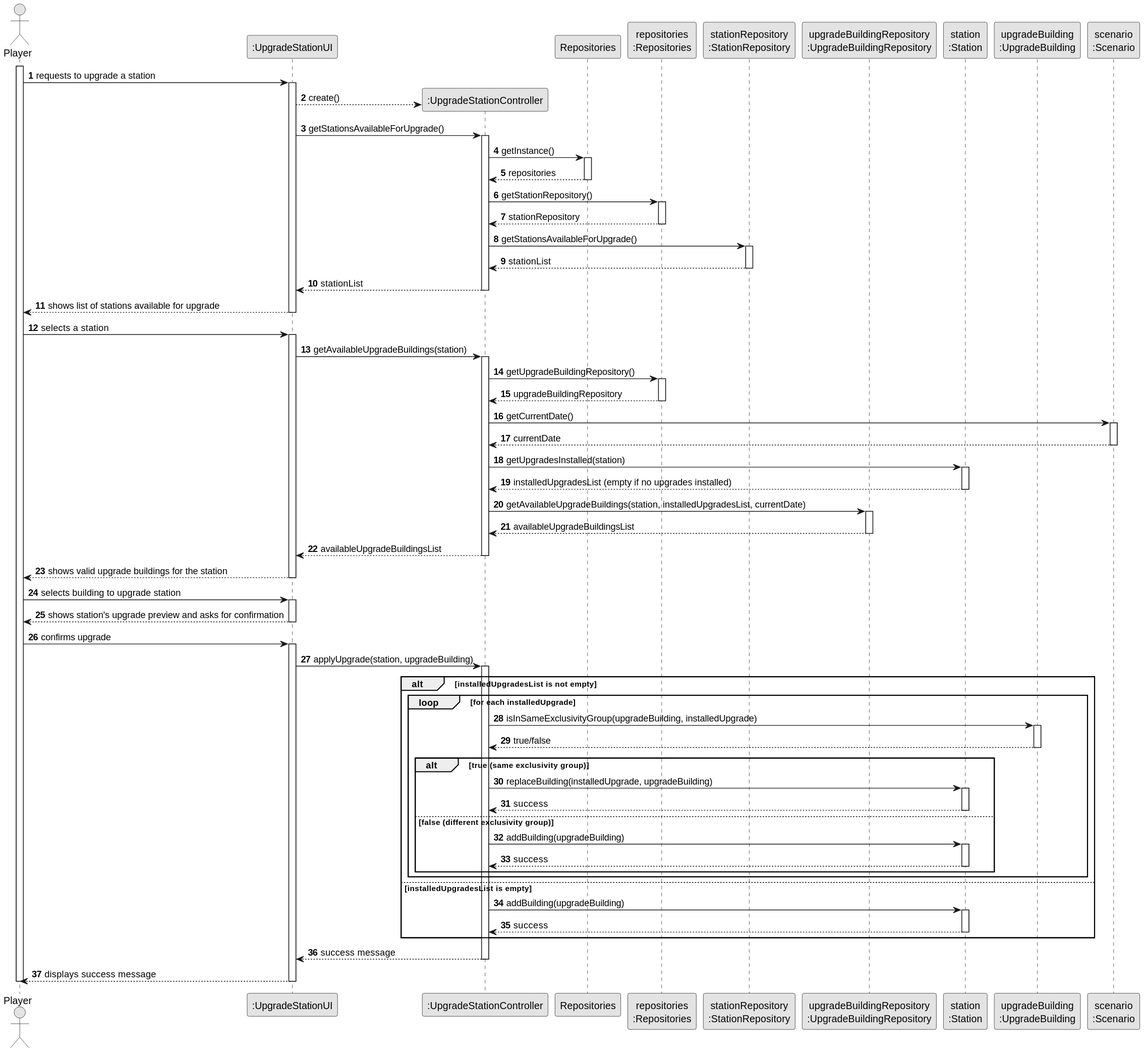
Earlier version of the PlantUML export docs/system-documentation/sprint 2/US06/03.design/svg/US006-SD-full.svg (Educ00/mdisc-2425).
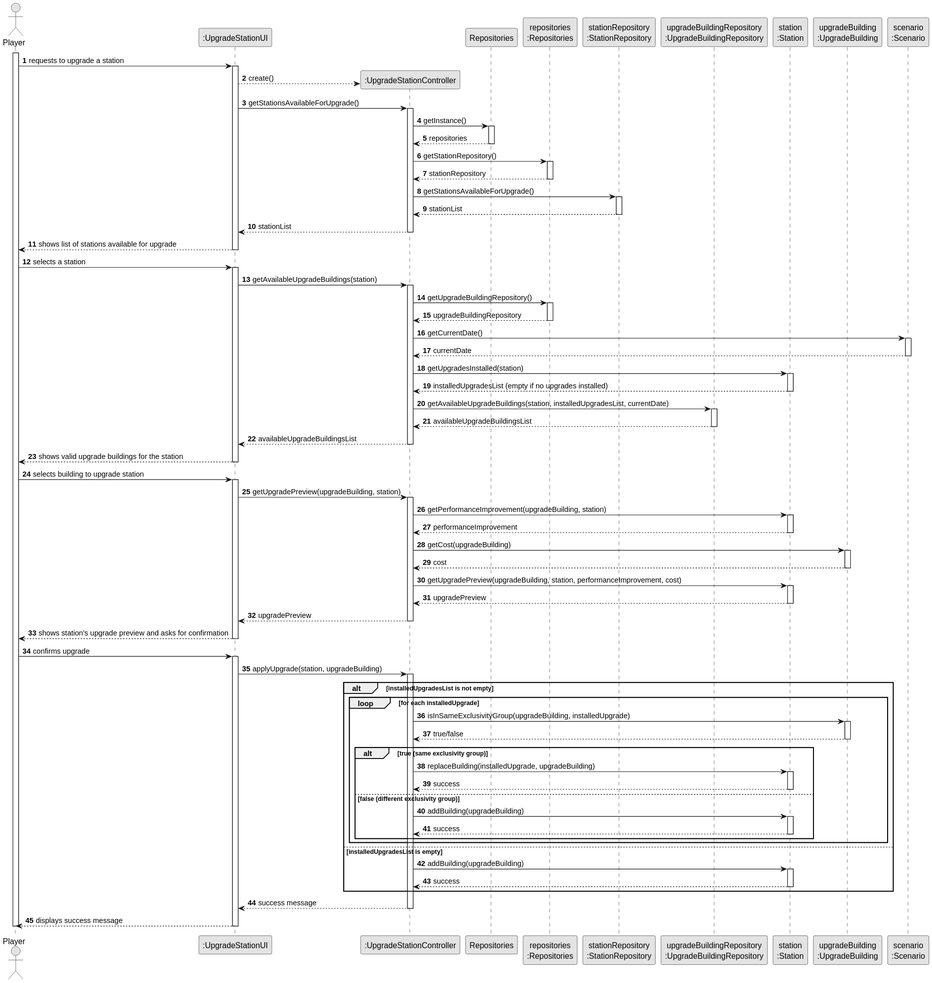
After the commit.

The edit, as a diff of the source:
```diff
@@ -63,11 +63,13 @@
 
 CTRL -> SCENARIO : getCurrentDate()
 activate SCENARIO
+
 SCENARIO --> CTRL : currentDate
 deactivate SCENARIO
 
 CTRL -> STATION : getUpgradesInstalled(station)
 activate STATION
+
 STATION --> CTRL : installedUpgradesList (empty if no upgrades installed)
 deactivate STATION
 
@@ -84,6 +86,27 @@
 
 PLAYER -> UI : selects building to upgrade station
 activate UI
+
+UI -> CTRL : getUpgradePreview(upgradeBuilding, station)
+activate CTRL
+
+CTRL -> STATION : getPerformanceImprovement(upgradeBuilding, station)
+activate STATION
+
+STATION --> CTRL : performanceImprovement
+deactivate STATION
+CTRL -> UPGRADE_BUILDING : getCost(upgradeBuilding)
+activate UPGRADE_BUILDING
+
+UPGRADE_BUILDING --> CTRL : cost
+deactivate UPGRADE_BUILDING
+CTRL -> STATION : getUpgradePreview(upgradeBuilding, station, performanceImprovement, cost)
+activate STATION
+
+STATION --> CTRL : upgradePreview
+deactivate STATION
+CTRL --> UI : upgradePreview
+deactivate CTRL
 
 UI --> PLAYER : shows station's upgrade preview and asks for confirmation
 deactivate UI
@@ -103,18 +126,22 @@
 alt true (same exclusivity group)
 CTRL -> STATION : replaceBuilding(installedUpgrade, upgradeBuilding)
 activate STATION
+
 STATION --> CTRL : success
 deactivate STATION
 else false (different exclusivity group)
 CTRL -> STATION : addBuilding(upgradeBuilding)
 activate STATION
+
 STATION --> CTRL : success
 deactivate STATION
 end
+
 end
 else installedUpgradesList is empty
 CTRL -> STATION : addBuilding(upgradeBuilding)
 activate STATION
+
 STATION --> CTRL : success
 deactivate STATION
 end
```
